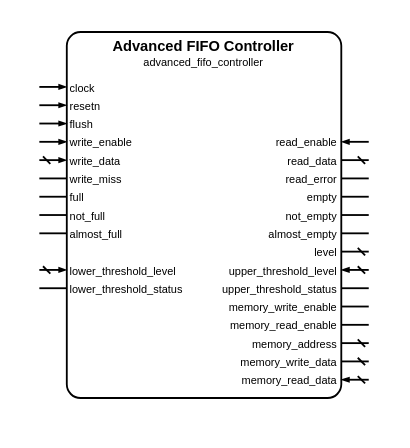
Above: sources/data/controllers/advanced_fifo/advanced_fifo_controller.symbol.drawio in Louis-DR/OmniCores-BuildingBlocks (draw.io), before the change. Source tidied: cells renumbered, new cells numbered last; positions are measured from the earlier drawing's top-left corner, leaving out a move shared by most shapes. Both pictures are drawn from the tidied source at 183%, with x=0, y=0 at pixel (38, 31).
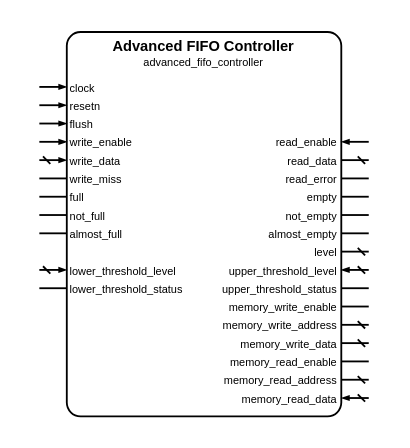
After the change.

Change to the diagram source:
```diff
@@
     <mxCell id="2" style="group;" parent="1" vertex="1">
-      <mxGeometry width="180" height="200" as="geometry" />
+      <mxGeometry width="180" height="210" as="geometry" />
     </mxCell>
     <mxCell id="3" style="rounded=1;arcSize=5;fillColor=none;strokeWidth=1;strokeColor=black;whiteSpace=wrap;html=1;" parent="2" vertex="1">
-      <mxGeometry x="15" width="150" height="200" as="geometry" />
+      <mxGeometry x="15" width="150" height="210" as="geometry" />
     </mxCell>
@@
+    <mxCell id="56" value="memory_write_address" style="text;html=1;align=right;verticalAlign=middle;whiteSpace=wrap;rounded=0;fontSize=6;fontStyle=0;fontColor=black;" parent="2" vertex="1">
+      <mxGeometry x="15" y="160" width="150" as="geometry" />
+    </mxCell>
+    <mxCell id="57" style="html=1;rounded=1;strokeWidth=1;strokeColor=black;startFill=0;startSize=2;startArrow=dash;endFill=1;endSize=2;endArrow=none;sourcePerimeterSpacing=0;" parent="2" edge="1">
+      <mxGeometry relative="1" as="geometry">
+        <mxPoint x="180" y="160" as="sourcePoint" />
+        <mxPoint x="165" y="160" as="targetPoint" />
+      </mxGeometry>
+    </mxCell>
+    <mxCell id="52" value="memory_write_data" style="text;html=1;align=right;verticalAlign=middle;whiteSpace=wrap;rounded=0;fontSize=6;fontStyle=0;fontColor=black;" parent="2" vertex="1">
+      <mxGeometry x="15" y="170" width="150" as="geometry" />
+    </mxCell>
+    <mxCell id="53" style="html=1;rounded=1;strokeWidth=1;strokeColor=black;startFill=0;startSize=2;startArrow=dash;endFill=1;endSize=2;endArrow=none;sourcePerimeterSpacing=0;" parent="2" edge="1">
+      <mxGeometry relative="1" as="geometry">
+        <mxPoint x="180" y="170" as="sourcePoint" />
+        <mxPoint x="165" y="170" as="targetPoint" />
+      </mxGeometry>
+    </mxCell>
     <mxCell id="48" value="memory_read_enable" style="text;html=1;align=right;verticalAlign=middle;whiteSpace=wrap;rounded=0;fontSize=6;fontStyle=0;fontColor=black;" parent="2" vertex="1">
-      <mxGeometry x="15" y="160" width="150" as="geometry" />
+      <mxGeometry x="15" y="180" width="150" as="geometry" />
     </mxCell>
     <mxCell id="49" style="html=1;rounded=1;strokeWidth=1;strokeColor=black;startFill=0;startSize=2;startArrow=none;endFill=1;endSize=2;endArrow=none;sourcePerimeterSpacing=0;" parent="2" edge="1">
       <mxGeometry relative="1" as="geometry">
-        <mxPoint x="180" y="160" as="sourcePoint" />
-        <mxPoint x="165" y="160" as="targetPoint" />
+        <mxPoint x="180" y="180" as="sourcePoint" />
+        <mxPoint x="165" y="180" as="targetPoint" />
       </mxGeometry>
     </mxCell>
-    <mxCell id="50" value="memory_address" style="text;html=1;align=right;verticalAlign=middle;whiteSpace=wrap;rounded=0;fontSize=6;fontStyle=0;fontColor=black;" parent="2" vertex="1">
-      <mxGeometry x="15" y="170" width="150" as="geometry" />
-    </mxCell>
-    <mxCell id="51" style="html=1;rounded=1;strokeWidth=1;strokeColor=black;startFill=0;startSize=2;startArrow=dash;endFill=1;endSize=2;endArrow=none;sourcePerimeterSpacing=0;" parent="2" edge="1">
-      <mxGeometry relative="1" as="geometry">
-        <mxPoint x="180" y="170" as="sourcePoint" />
-        <mxPoint x="165" y="170" as="targetPoint" />
-      </mxGeometry>
-    </mxCell>
-    <mxCell id="52" value="memory_write_data" style="text;html=1;align=right;verticalAlign=middle;whiteSpace=wrap;rounded=0;fontSize=6;fontStyle=0;fontColor=black;" parent="2" vertex="1">
-      <mxGeometry x="15" y="180" width="150" as="geometry" />
-    </mxCell>
-    <mxCell id="53" style="html=1;rounded=1;strokeWidth=1;strokeColor=black;startFill=0;startSize=2;startArrow=dash;endFill=1;endSize=2;endArrow=none;sourcePerimeterSpacing=0;" parent="2" edge="1">
-      <mxGeometry relative="1" as="geometry">
-        <mxPoint x="180" y="180" as="sourcePoint" />
-        <mxPoint x="165" y="180" as="targetPoint" />
-      </mxGeometry>
-    </mxCell>
+    <mxCell id="58" value="memory_read_address" style="text;html=1;align=right;verticalAlign=middle;whiteSpace=wrap;rounded=0;fontSize=6;fontStyle=0;fontColor=black;" parent="2" vertex="1">
+      <mxGeometry x="15" y="190" width="150" as="geometry" />
+    </mxCell>
+    <mxCell id="59" style="html=1;rounded=1;strokeWidth=1;strokeColor=black;startFill=0;startSize=2;startArrow=dash;endFill=1;endSize=2;endArrow=none;sourcePerimeterSpacing=0;" parent="2" edge="1">
+      <mxGeometry relative="1" as="geometry">
+        <mxPoint x="180" y="190" as="sourcePoint" />
+        <mxPoint x="165" y="190" as="targetPoint" />
+      </mxGeometry>
+    </mxCell>
     <mxCell id="54" value="memory_read_data" style="text;html=1;align=right;verticalAlign=middle;whiteSpace=wrap;rounded=0;fontSize=6;fontStyle=0;fontColor=black;" parent="2" vertex="1">
-      <mxGeometry x="15" y="190" width="150" as="geometry" />
+      <mxGeometry x="15" y="200" width="150" as="geometry" />
     </mxCell>
     <mxCell id="55" style="html=1;rounded=1;strokeWidth=1;strokeColor=black;startFill=0;startSize=2;startArrow=dash;endFill=1;endSize=2;endArrow=blockThin;sourcePerimeterSpacing=0;" parent="2" edge="1">
       <mxGeometry relative="1" as="geometry">
-        <mxPoint x="180" y="190" as="sourcePoint" />
-        <mxPoint x="165" y="190" as="targetPoint" />
+        <mxPoint x="180" y="200" as="sourcePoint" />
+        <mxPoint x="165" y="200" as="targetPoint" />
       </mxGeometry>
     </mxCell>
```
